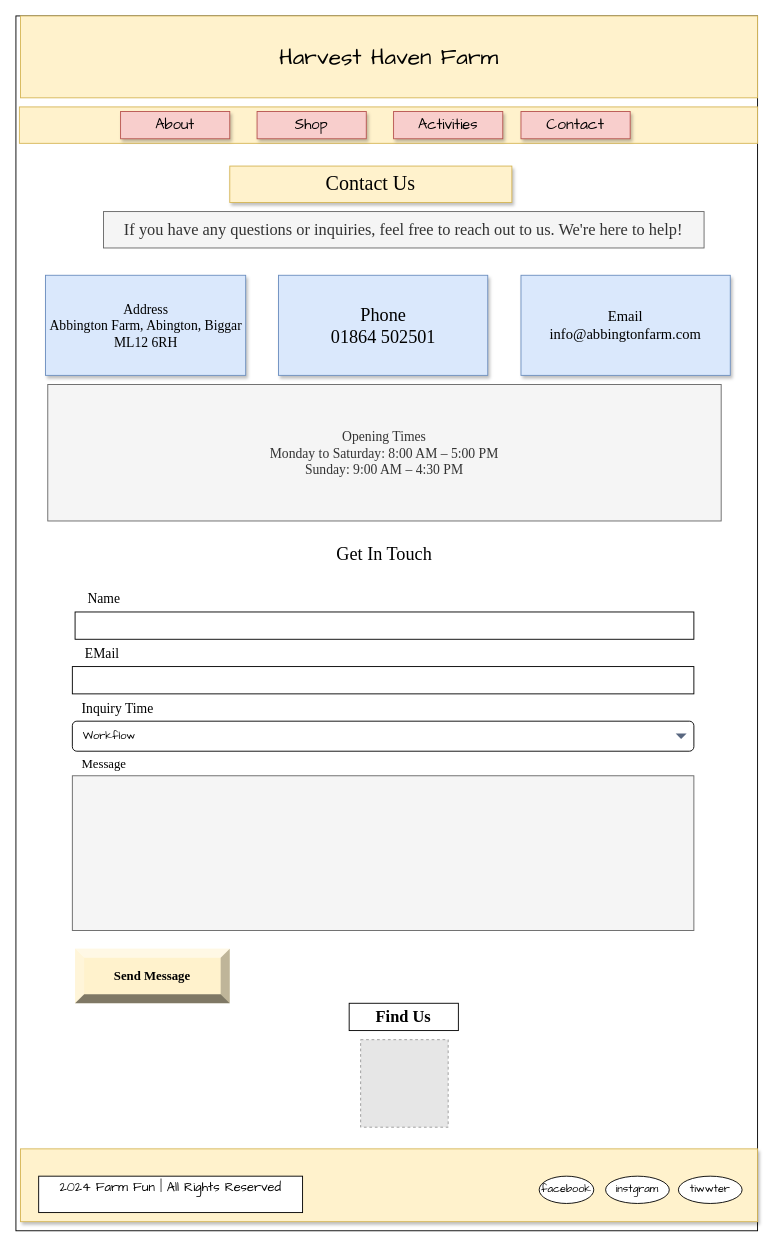
The draw.io diagram page "Contact Page" (4 of 6) of documentation/Haven_harvest_farm.drawio in vijayasharma11/harvest-haven-farm, before the edit. Source tidied: cells renumbered, new cells numbered last; positions are measured from the earlier drawing's top-left corner, leaving out a move shared by most shapes. Both pictures are drawn from the tidied source at 91%, with x=0, y=0 at pixel (15, 15). Pictures stored in the file or linked from it are replaced by grey dashed boxes.
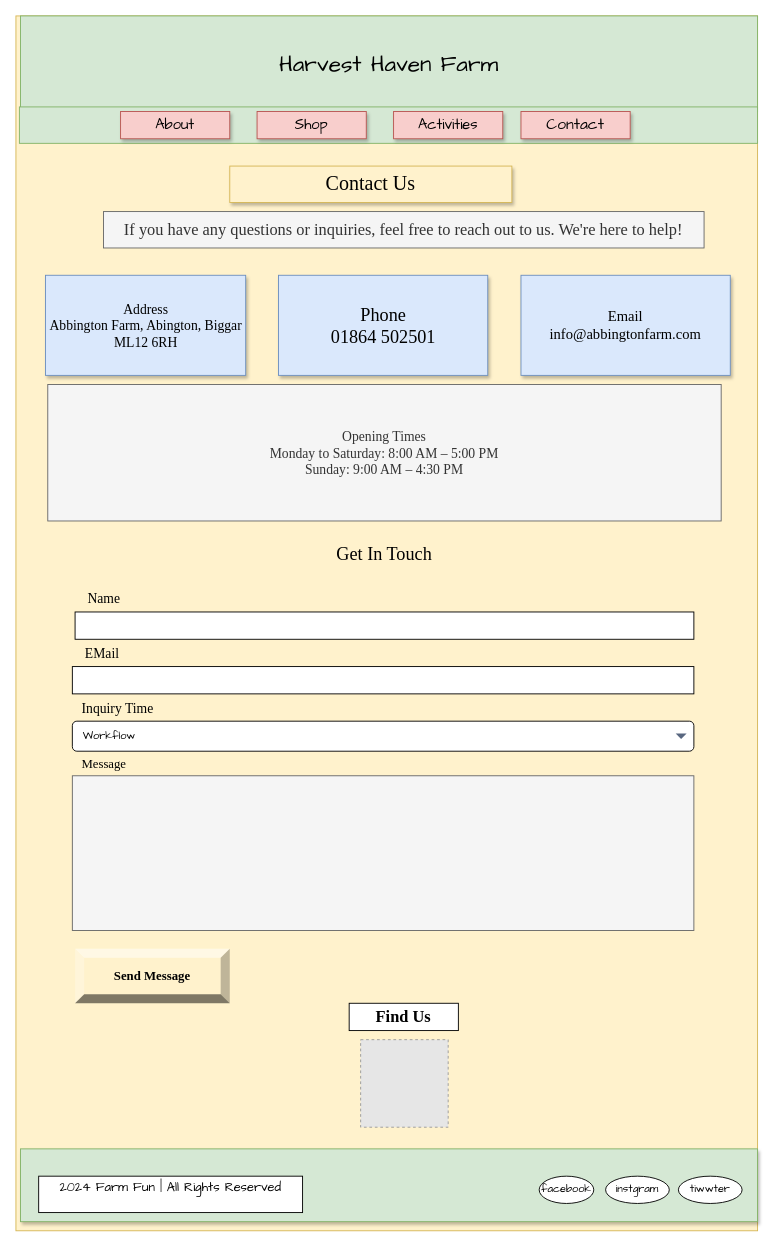
After the change.

Change to the diagram source:
```diff
@@
-    <mxCell id="2" style="rounded=0;whiteSpace=wrap;html=1;hachureGap=4;fontFamily=Times New Roman;labelBackgroundColor=#e3e7e8;labelBorderColor=none;textShadow=0;" parent="1" vertex="1">
+    <mxCell id="2" style="rounded=0;whiteSpace=wrap;html=1;hachureGap=4;fontFamily=Times New Roman;labelBackgroundColor=#e3e7e8;labelBorderColor=none;textShadow=0;fillColor=#fff2cc;strokeColor=#d6b656;" parent="1" vertex="1">
       <mxGeometry width="815" height="1335" as="geometry" />
     </mxCell>
-    <mxCell id="3" value="&lt;font style=&quot;font-size: 25px;&quot;&gt;Harvest Haven Farm&lt;/font&gt;" style="rounded=0;whiteSpace=wrap;html=1;hachureGap=4;fontFamily=Architects Daughter;fillColor=#fff2cc;strokeColor=#d6b656;" parent="1" vertex="1">
-      <mxGeometry x="5" width="810" height="90" as="geometry" />
+    <mxCell id="3" value="&lt;font style=&quot;font-size: 25px;&quot;&gt;Harvest Haven Farm&lt;/font&gt;" style="rounded=0;whiteSpace=wrap;html=1;hachureGap=4;fontFamily=Architects Daughter;fillColor=#d5e8d4;strokeColor=#82b366;" parent="1" vertex="1">
+      <mxGeometry x="5" width="810" height="105" as="geometry" />
     </mxCell>
-    <mxCell id="4" style="rounded=0;whiteSpace=wrap;html=1;hachureGap=4;fontFamily=Architects Daughter;fillColor=#fff2cc;strokeColor=#d6b656;" parent="1" vertex="1">
+    <mxCell id="4" style="rounded=0;whiteSpace=wrap;html=1;hachureGap=4;fontFamily=Architects Daughter;fillColor=#d5e8d4;strokeColor=#82b366;" parent="1" vertex="1">
       <mxGeometry x="3.8" y="100" width="811.2" height="40" as="geometry" />
     </mxCell>
@@
-    <mxCell id="13" style="rounded=0;whiteSpace=wrap;html=1;hachureGap=4;fontFamily=Architects Daughter;fillColor=#fff2cc;strokeColor=#d6b656;shadow=1;" parent="1" vertex="1">
+    <mxCell id="13" style="rounded=0;whiteSpace=wrap;html=1;hachureGap=4;fontFamily=Architects Daughter;fillColor=#d5e8d4;strokeColor=#82b366;shadow=1;" parent="1" vertex="1">
       <mxGeometry x="5" y="1245" width="810" height="80" as="geometry" />
     </mxCell>
```
